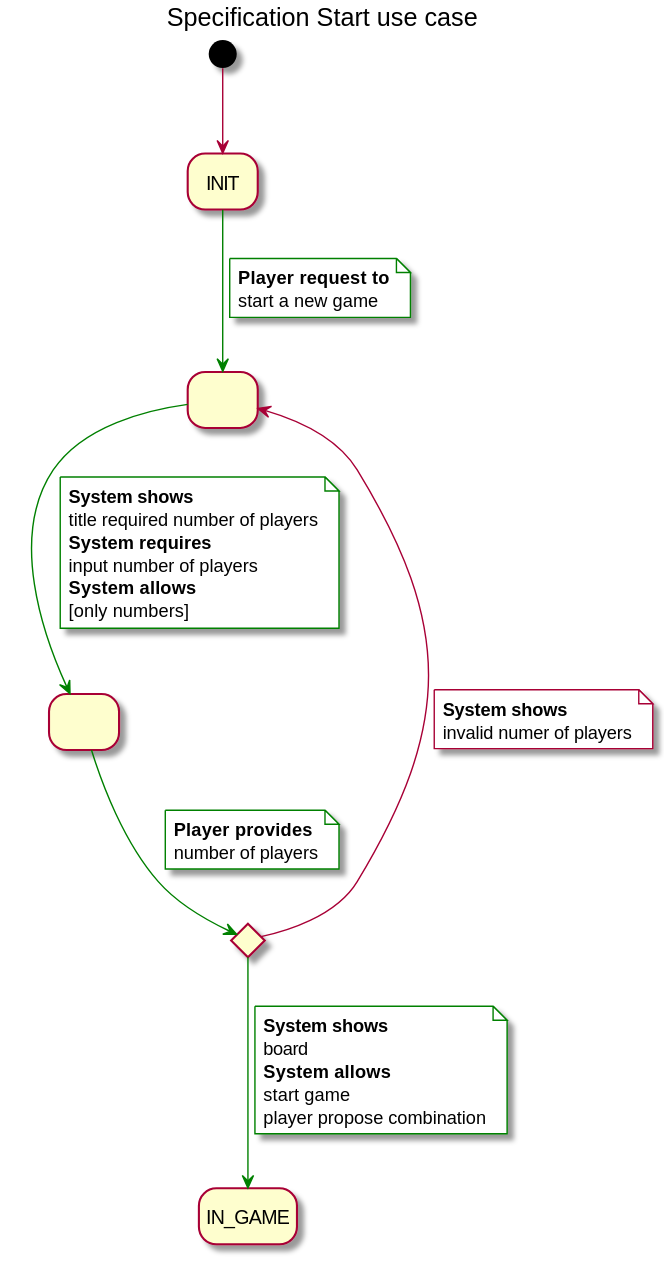
The PlantUML diagram requirements/images/specificationStartUseCase-Specification_Start_use_case.svg in jumpering/Hanged, before a commit.
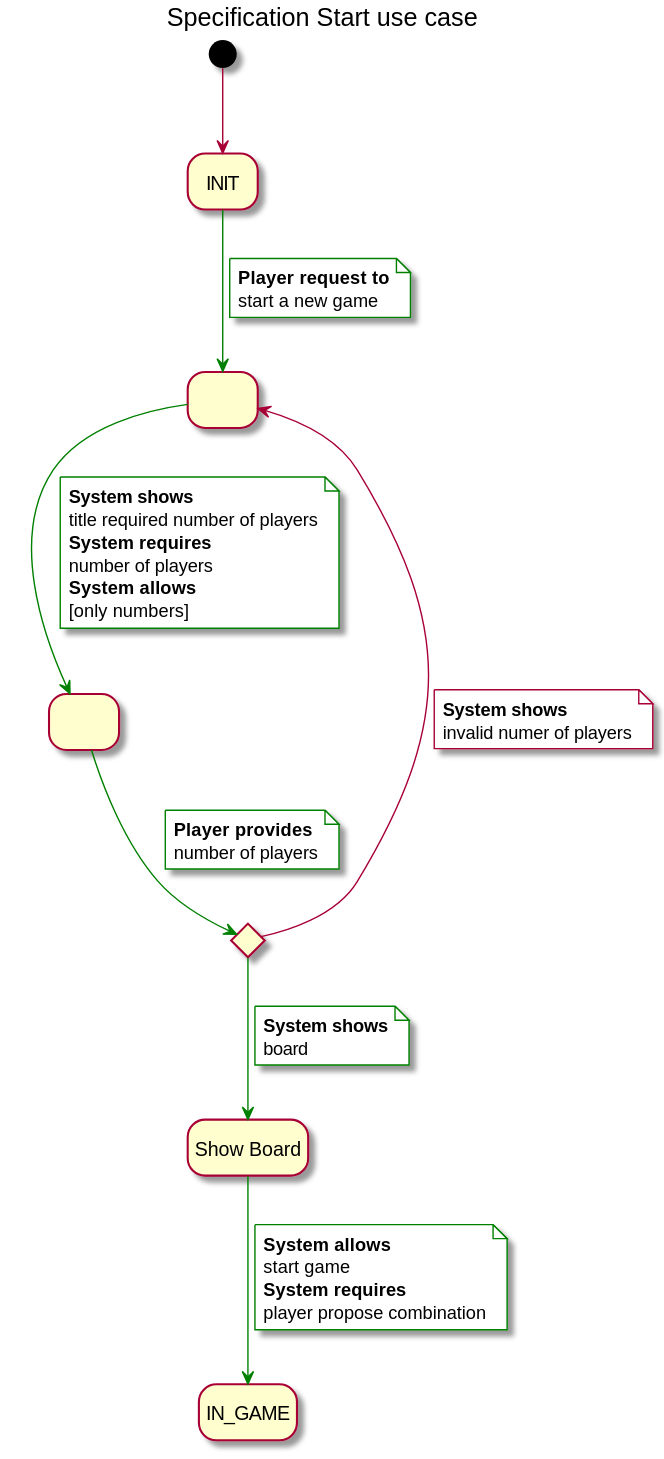
After the commit.

What changed in the source:
```diff
@@ -7,6 +7,7 @@
 state startedGame as " "
 state numberOfPlayers as " "
 state ifValidNumberOfPlayers <<choice>>
+state showBoard as "Show Board"
 
 [*] --> INIT
 INIT -[#green]-> startedGame
@@ -19,7 +20,7 @@
   <b>System shows
   title required number of players
   <b>System requires
-  input number of players
+  number of players
   <b>System allows
   [only numbers]
 end note
@@ -33,15 +34,17 @@
   <b>System shows
   invalid numer of players
 end note
-ifValidNumberOfPlayers -[#green]-> IN_GAME
+ifValidNumberOfPlayers -[#green]-> showBoard
 note on link
   <b>System shows
   board
+end note
+showBoard -[#green]-> IN_GAME
+note on link
   <b>System allows
   start game
+  <b>System requires
   player propose combination
 end note
 
-
-
 @enduml
```
